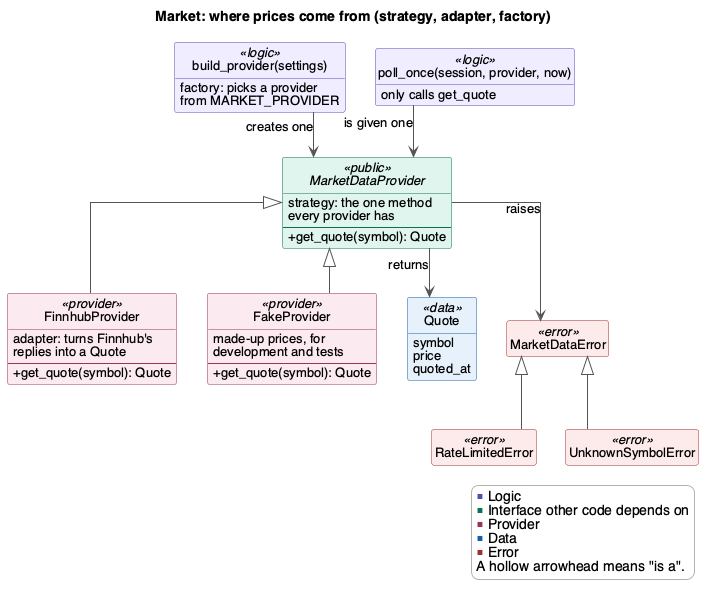
Above: docs/Design/SoftArchitecture/figures/market-providers.png in davislenover/BurnNEarn (PlantUML), before the change.
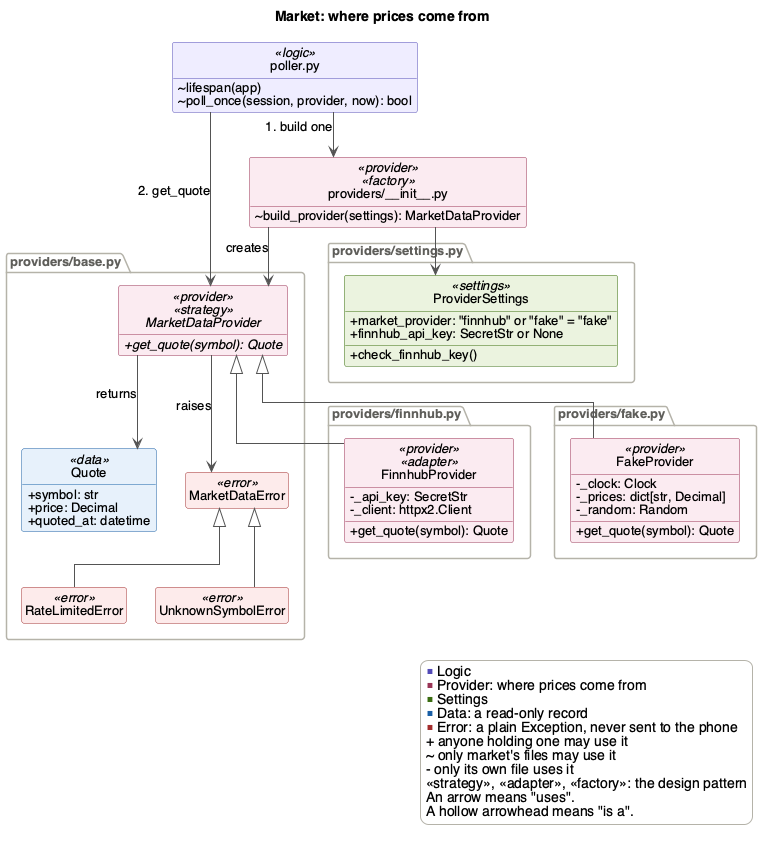
After the change.

What changed in the source:
```diff
@@ -1,59 +1,79 @@
 @startuml market-providers
 !include style.iuml
-title Market: where prices come from (strategy, adapter, factory)
+set separator none
+title Market: where prices come from
 
-class "build_provider(settings)" as factory <<logic>> {
-  factory: picks a provider
-  from MARKET_PROVIDER
-}
-class "poll_once(session, provider, now)" as poll <<logic>> {
-  only calls get_quote
+class "poller.py" as poller <<logic>> {
+  ~ lifespan(app)
+  ~ poll_once(session, provider, now): bool
 }
 
-interface MarketDataProvider <<public>> {
-  strategy: the one method
-  every provider has
-  --
-  +get_quote(symbol): Quote
+class "providers/__init__.py" as init <<provider>> <<factory>> {
+  ~ build_provider(settings): MarketDataProvider
 }
 
-class FinnhubProvider <<provider>> {
-  adapter: turns Finnhub's
-  replies into a Quote
-  --
-  +get_quote(symbol): Quote
-}
-class FakeProvider <<provider>> {
-  made-up prices, for
-  development and tests
-  --
-  +get_quote(symbol): Quote
+package "providers/settings.py" {
+  class ProviderSettings <<settings>> {
+    + market_provider: "finnhub" or "fake" = "fake"
+    + finnhub_api_key: SecretStr or None
+    + check_finnhub_key()
+  }
 }
 
-class Quote <<data>> {
-  symbol
-  price
-  quoted_at
+package "providers/base.py" {
+  interface MarketDataProvider <<provider>> <<strategy>> {
+    + {abstract} get_quote(symbol): Quote
+  }
+  class Quote <<data>> {
+    + symbol: str
+    + price: Decimal
+    + quoted_at: datetime
+  }
+  class MarketDataError <<error>>
+  class RateLimitedError <<error>>
+  class UnknownSymbolError <<error>>
 }
-class MarketDataError <<error>>
-class RateLimitedError <<error>>
-class UnknownSymbolError <<error>>
 
-factory --> MarketDataProvider : creates one
-poll --> MarketDataProvider : is given one
-MarketDataProvider <|-- FinnhubProvider
-MarketDataProvider <|-- FakeProvider
-MarketDataProvider --> Quote : returns
+package "providers/finnhub.py" {
+  class FinnhubProvider <<provider>> <<adapter>> {
+    - _api_key: SecretStr
+    - _client: httpx2.Client
+    + get_quote(symbol): Quote
+  }
+}
+
+package "providers/fake.py" {
+  class FakeProvider <<provider>> {
+    - _clock: Clock
+    - _prices: dict[str, Decimal]
+    - _random: Random
+    + get_quote(symbol): Quote
+  }
+}
+
+poller --> init : 1. build one
+init --> ProviderSettings
+init --> MarketDataProvider : creates
+poller --> MarketDataProvider : 2. get_quote
+MarketDataProvider -right-> Quote : returns
+Quote -[hidden]right- MarketDataError
 MarketDataProvider --> MarketDataError : raises
 MarketDataError <|-- RateLimitedError
 MarketDataError <|-- UnknownSymbolError
+MarketDataProvider <|-- FinnhubProvider
+MarketDataProvider <|-- FakeProvider
 
 legend right
   <color:#534AB7>■</color> Logic
-  <color:#0F6E56>■</color> Interface other code depends on
-  <color:#993556>■</color> Provider
-  <color:#185FA5>■</color> Data
-  <color:#A32D2D>■</color> Error
+  <color:#993556>■</color> Provider: where prices come from
+  <color:#3B6D11>■</color> Settings
+  <color:#185FA5>■</color> Data: a read-only record
+  <color:#A32D2D>■</color> Error: a plain Exception, never sent to the phone
+  + anyone holding one may use it
+  ~ only market's files may use it
+  - only its own file uses it
+  «strategy», «adapter», «factory»: the design pattern
+  An arrow means "uses".
   A hollow arrowhead means "is a".
 endlegend
 @enduml
```
